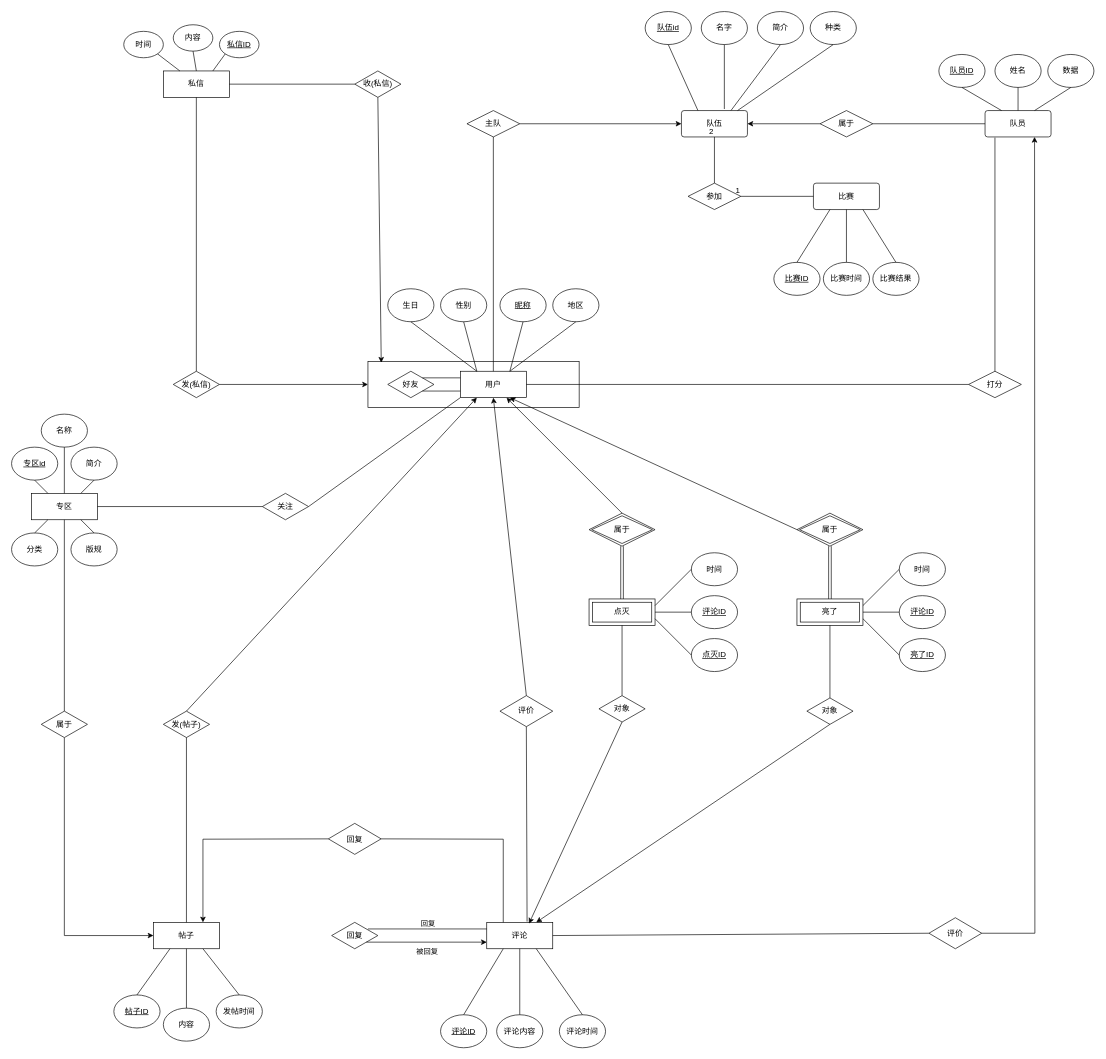
Earlier version of the draw.io diagram 虎扑ER.drawio (ssssszj/Drawio). Source tidied: cells renumbered, new cells numbered last; positions are measured from the earlier drawing's top-left corner, leaving out a move shared by most shapes. Both pictures are drawn from the tidied source at 66%, with x=0, y=0 at pixel (11, 11).
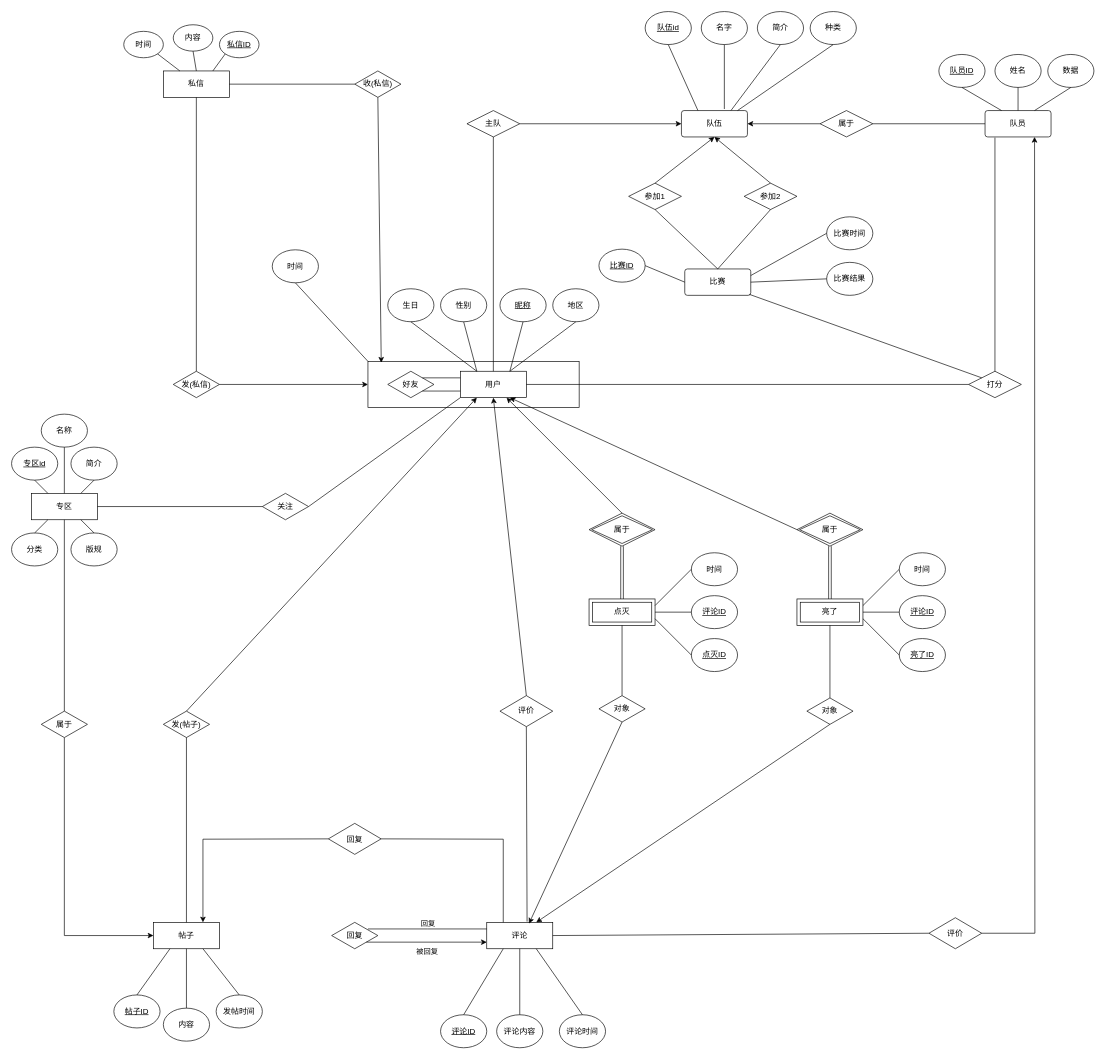
After the change.

Unchanged cells that the change refers to:
```xml
<mxCell id="2" style="rounded=0;whiteSpace=wrap;html=1;" parent="1" vertex="1">
  <mxGeometry x="540" y="530" width="320" height="70" as="geometry" />
</mxCell>
<mxCell id="11" value="队伍" style="rounded=1;arcSize=10;whiteSpace=wrap;html=1;align=center;" parent="1" vertex="1">
  <mxGeometry x="1015" y="150" width="100" height="40" as="geometry" />
</mxCell>
<mxCell id="57" value="打分" style="rhombus;whiteSpace=wrap;html=1;" parent="1" vertex="1">
  <mxGeometry x="1450" y="545" width="80" height="40" as="geometry" />
</mxCell>
```

Change to the diagram source:
```diff
@@
     <mxCell id="13" value="比赛" style="rounded=1;arcSize=10;whiteSpace=wrap;html=1;align=center;" parent="1" vertex="1">
-      <mxGeometry x="1215" y="260" width="100" height="40" as="geometry" />
+      <mxGeometry x="1020" y="390" width="100" height="40" as="geometry" />
     </mxCell>
@@
-    <mxCell id="19" value="参加" style="rhombus;whiteSpace=wrap;html=1;" parent="1" vertex="1">
-      <mxGeometry x="1025" y="260" width="80" height="40" as="geometry" />
+    <mxCell id="19" value="参加1" style="rhombus;whiteSpace=wrap;html=1;" parent="1" vertex="1">
+      <mxGeometry x="935" y="260" width="80" height="40" as="geometry" />
     </mxCell>
-    <mxCell id="20" style="endArrow=none;html=1;rounded=0;exitX=0;exitY=0.5;exitDx=0;exitDy=0;entryX=1;entryY=0.5;entryDx=0;entryDy=0;" parent="1" edge="1" source="13" target="19">
-      <mxGeometry relative="1" as="geometry" />
-    </mxCell>
-    <mxCell id="21" value="1" style="html=1;whiteSpace=wrap;align=right;verticalAlign=bottom;" parent="20" vertex="1">
-      <mxGeometry x="1" relative="1" as="geometry" />
-    </mxCell>
-    <mxCell id="22" style="endArrow=none;html=1;rounded=0;exitX=0.5;exitY=0;exitDx=0;exitDy=0;entryX=0.5;entryY=1;entryDx=0;entryDy=0;" parent="1" edge="1" source="19" target="11">
-      <mxGeometry relative="1" as="geometry" />
-    </mxCell>
-    <mxCell id="23" value="2" style="html=1;whiteSpace=wrap;align=right;verticalAlign=bottom;" parent="22" vertex="1">
-      <mxGeometry x="1" relative="1" as="geometry" />
-    </mxCell>
@@
     <mxCell id="131" value="&lt;u&gt;比赛ID&lt;/u&gt;" style="ellipse;whiteSpace=wrap;html=1;" parent="1" vertex="1">
-      <mxGeometry x="1155" y="380" width="70" height="50" as="geometry" />
+      <mxGeometry x="890" y="360" width="70" height="50" as="geometry" />
     </mxCell>
-    <mxCell id="132" style="endArrow=none;html=1;rounded=0;entryX=0.5;entryY=0;entryDx=0;entryDy=0;exitX=0.25;exitY=1;exitDx=0;exitDy=0;" parent="1" edge="1" source="13" target="131">
+    <mxCell id="132" style="endArrow=none;html=1;rounded=0;entryX=1;entryY=0.5;entryDx=0;entryDy=0;exitX=0;exitY=0.5;exitDx=0;exitDy=0;" parent="1" edge="1" source="13" target="131">
       <mxGeometry relative="1" as="geometry" />
     </mxCell>
     <mxCell id="133" value="比赛时间" style="ellipse;whiteSpace=wrap;html=1;" parent="1" vertex="1">
-      <mxGeometry x="1230" y="380" width="70" height="50" as="geometry" />
+      <mxGeometry x="1235" y="311" width="70" height="50" as="geometry" />
     </mxCell>
-    <mxCell id="134" style="endArrow=none;html=1;rounded=0;entryX=0.5;entryY=0;entryDx=0;entryDy=0;exitX=0.5;exitY=1;exitDx=0;exitDy=0;" parent="1" edge="1" source="13" target="133">
-      <mxGeometry relative="1" as="geometry" />
+    <mxCell id="134" style="endArrow=none;html=1;rounded=0;entryX=0;entryY=0.5;entryDx=0;entryDy=0;" parent="1" edge="1" target="133">
+      <mxGeometry relative="1" as="geometry">
+        <mxPoint x="1120" y="400" as="sourcePoint" />
+      </mxGeometry>
     </mxCell>
     <mxCell id="135" value="比赛结果" style="ellipse;whiteSpace=wrap;html=1;" parent="1" vertex="1">
-      <mxGeometry x="1305" y="380" width="70" height="50" as="geometry" />
+      <mxGeometry x="1235" y="380" width="70" height="50" as="geometry" />
     </mxCell>
-    <mxCell id="136" style="endArrow=none;html=1;rounded=0;entryX=0.5;entryY=0;entryDx=0;entryDy=0;exitX=0.75;exitY=1;exitDx=0;exitDy=0;" parent="1" edge="1" source="13" target="135">
+    <mxCell id="136" style="endArrow=none;html=1;rounded=0;entryX=0;entryY=0.5;entryDx=0;entryDy=0;exitX=1;exitY=0.5;exitDx=0;exitDy=0;" parent="1" edge="1" source="13" target="135">
       <mxGeometry relative="1" as="geometry" />
     </mxCell>
@@
+    <mxCell id="22" style="endArrow=classic;html=1;rounded=0;exitX=0.5;exitY=0;exitDx=0;exitDy=0;entryX=0.5;entryY=1;entryDx=0;entryDy=0;" parent="1" edge="1" source="19" target="11">
+      <mxGeometry relative="1" as="geometry" />
+    </mxCell>
+    <mxCell id="20" style="endArrow=none;html=1;rounded=0;entryX=0.5;entryY=1;entryDx=0;entryDy=0;exitX=0.5;exitY=0;exitDx=0;exitDy=0;" parent="1" edge="1" source="13" target="19">
+      <mxGeometry relative="1" as="geometry" />
+    </mxCell>
+    <mxCell id="141" value="参加2" style="rhombus;whiteSpace=wrap;html=1;" parent="1" vertex="1">
+      <mxGeometry x="1110" y="260" width="80" height="40" as="geometry" />
+    </mxCell>
+    <mxCell id="142" style="endArrow=classic;html=1;rounded=0;exitX=0.5;exitY=0;exitDx=0;exitDy=0;entryX=0.5;entryY=1;entryDx=0;entryDy=0;" parent="1" edge="1" source="141" target="11">
+      <mxGeometry relative="1" as="geometry" />
+    </mxCell>
+    <mxCell id="143" style="endArrow=none;html=1;rounded=0;entryX=0.5;entryY=1;entryDx=0;entryDy=0;exitX=0.5;exitY=0;exitDx=0;exitDy=0;" parent="1" edge="1" source="13" target="141">
+      <mxGeometry relative="1" as="geometry" />
+    </mxCell>
+    <mxCell id="144" value="时间" style="ellipse;whiteSpace=wrap;html=1;" parent="1" vertex="1">
+      <mxGeometry x="395" y="361" width="70" height="50" as="geometry" />
+    </mxCell>
+    <mxCell id="145" style="endArrow=none;html=1;rounded=0;entryX=0.5;entryY=1;entryDx=0;entryDy=0;exitX=0;exitY=0;exitDx=0;exitDy=0;" parent="1" edge="1" source="2" target="144">
+      <mxGeometry relative="1" as="geometry" />
+    </mxCell>
+    <mxCell id="146" style="endArrow=none;html=1;rounded=0;exitX=0;exitY=0;exitDx=0;exitDy=0;entryX=0.979;entryY=0.962;entryDx=0;entryDy=0;entryPerimeter=0;" parent="1" edge="1" source="57" target="13">
+      <mxGeometry relative="1" as="geometry" />
+    </mxCell>
```
